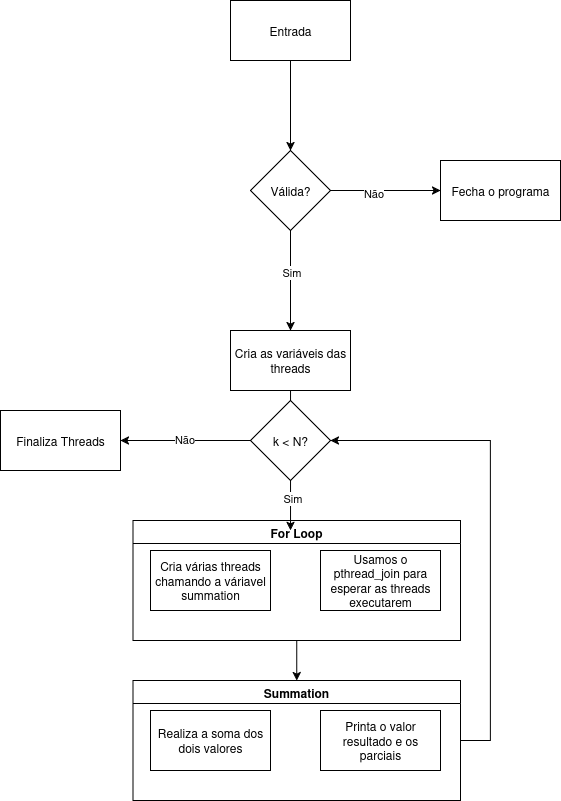
Above: operational-systems/fibonnaci.drawio.png in rlimazzz/compsci (draw.io), before the change. Source tidied: cells renumbered, new cells last; positions are measured from the earlier drawing's top-left corner, leaving out a move shared by most shapes.
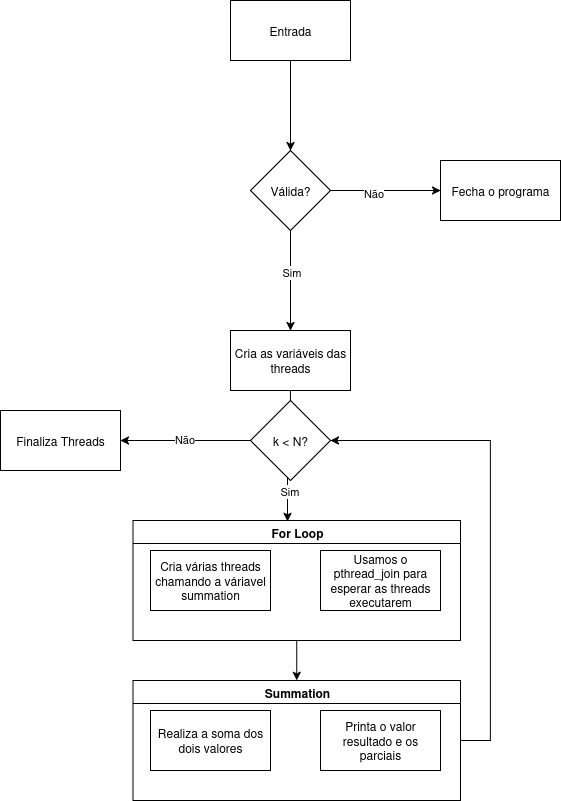
Later version of the same file.

Diff of the diagram source:
```diff
@@ -64,7 +64,7 @@
     <mxCell id="18" value="Printa o valor resultado e os parciais" style="rounded=0;whiteSpace=wrap;html=1;" parent="16" vertex="1">
       <mxGeometry x="187.5" y="30" width="120" height="60" as="geometry" />
     </mxCell>
-    <mxCell id="19" style="edgeStyle=orthogonalEdgeStyle;rounded=0;jettySize=auto;html=1;entryX=0.481;entryY=0.083;entryDx=0;entryDy=0;entryPerimeter=0;" parent="1" edge="1" source="10" target="12">
+    <mxCell id="19" style="edgeStyle=orthogonalEdgeStyle;rounded=0;jettySize=auto;html=1;entryX=0.472;entryY=0.008;entryDx=0;entryDy=0;entryPerimeter=0;" parent="1" edge="1" source="10" target="12">
       <mxGeometry relative="1" as="geometry" />
     </mxCell>
     <mxCell id="20" value="Sim" style="edgeLabel;html=1;align=center;verticalAlign=middle;" parent="19" vertex="1">
```
